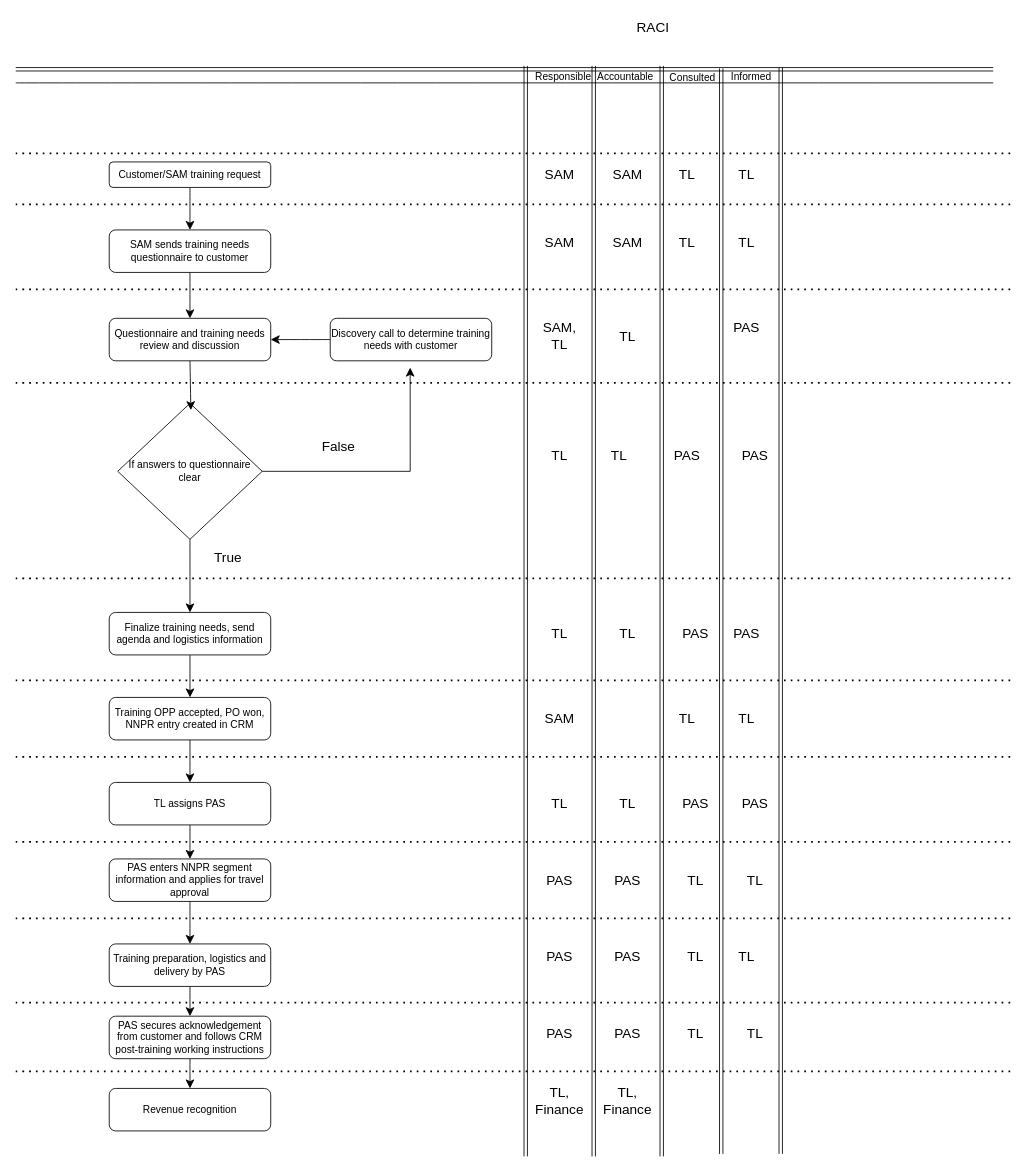
srivats2/dotfiles keeps this draw.io diagram as Untitled Diagram.drawio. Above is the earlier version. Source tidied: cells renumbered, new cells numbered last; positions are measured from the earlier drawing's top-left corner, leaving out a move shared by most shapes. Both pictures are drawn from the tidied source at 85%, with x=0, y=0 at pixel (15, 14).
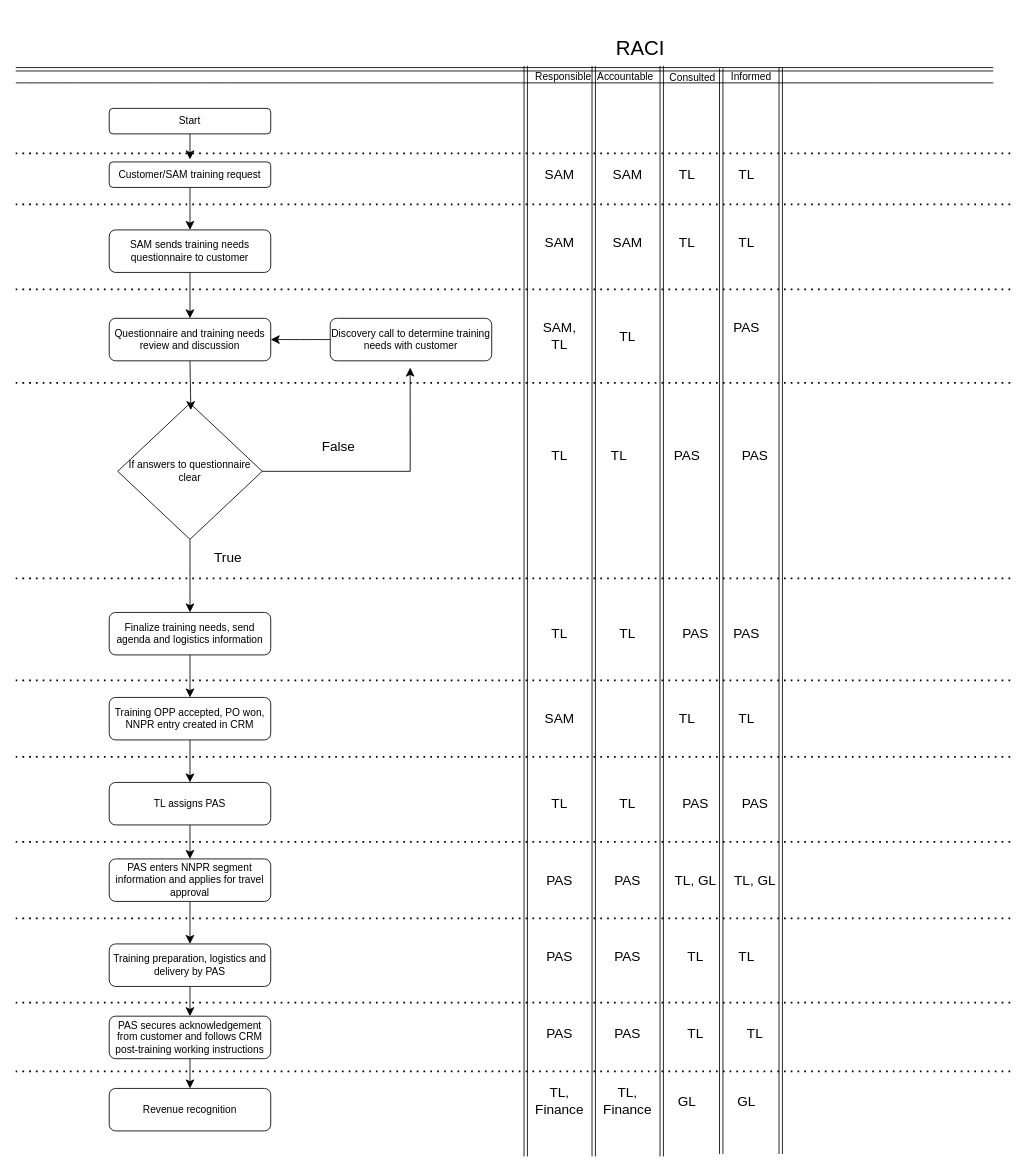
The same diagram, later.

Diff of the diagram source:
```diff
@@
-    <mxCell id="15" value="RACI" style="text;html=1;whiteSpace=wrap;strokeColor=none;fillColor=none;align=center;verticalAlign=middle;rounded=0;fontSize=16;labelBackgroundColor=none;" parent="1" vertex="1">
-      <mxGeometry x="720" width="60" height="30" as="geometry" />
+    <mxCell id="15" value="&lt;font style=&quot;font-size: 24px;&quot;&gt;RACI&lt;/font&gt;" style="text;html=1;whiteSpace=wrap;strokeColor=none;fillColor=none;align=center;verticalAlign=middle;rounded=0;fontSize=16;labelBackgroundColor=none;" parent="1" vertex="1">
+      <mxGeometry x="680" y="20" width="110" height="40" as="geometry" />
     </mxCell>
@@
-    <mxCell id="79" value="TL" style="text;html=1;whiteSpace=wrap;strokeColor=none;fillColor=none;align=center;verticalAlign=middle;rounded=0;fontSize=16;labelBackgroundColor=none;" parent="1" vertex="1">
+    <mxCell id="79" value="TL, GL" style="text;html=1;whiteSpace=wrap;strokeColor=none;fillColor=none;align=center;verticalAlign=middle;rounded=0;fontSize=16;labelBackgroundColor=none;" parent="1" vertex="1">
       <mxGeometry x="770" y="1003" width="60" height="30" as="geometry" />
     </mxCell>
-    <mxCell id="80" value="TL" style="text;html=1;whiteSpace=wrap;strokeColor=none;fillColor=none;align=center;verticalAlign=middle;rounded=0;fontSize=16;labelBackgroundColor=none;" parent="1" vertex="1">
+    <mxCell id="80" value="TL, GL" style="text;html=1;whiteSpace=wrap;strokeColor=none;fillColor=none;align=center;verticalAlign=middle;rounded=0;fontSize=16;labelBackgroundColor=none;" parent="1" vertex="1">
       <mxGeometry x="840" y="1003" width="60" height="30" as="geometry" />
     </mxCell>
@@
+    <mxCell id="91" style="edgeStyle=none;curved=1;rounded=0;jettySize=auto;html=1;fontSize=12;startSize=8;endSize=8;" parent="1" edge="1" source="92">
+      <mxGeometry relative="1" as="geometry">
+        <mxPoint x="205" y="170" as="targetPoint" />
+      </mxGeometry>
+    </mxCell>
+    <mxCell id="92" value="Start" style="rounded=1;whiteSpace=wrap;html=1;labelBackgroundColor=none;" parent="1" vertex="1">
+      <mxGeometry x="110" y="110" width="190" height="30" as="geometry" />
+    </mxCell>
+    <mxCell id="93" value="GL" style="text;html=1;whiteSpace=wrap;strokeColor=none;fillColor=none;align=center;verticalAlign=middle;rounded=0;fontSize=16;" parent="1" vertex="1">
+      <mxGeometry x="760" y="1263" width="60" height="30" as="geometry" />
+    </mxCell>
+    <mxCell id="94" value="GL" style="text;html=1;whiteSpace=wrap;strokeColor=none;fillColor=none;align=center;verticalAlign=middle;rounded=0;fontSize=16;" parent="1" vertex="1">
+      <mxGeometry x="830" y="1263" width="60" height="30" as="geometry" />
+    </mxCell>
```
